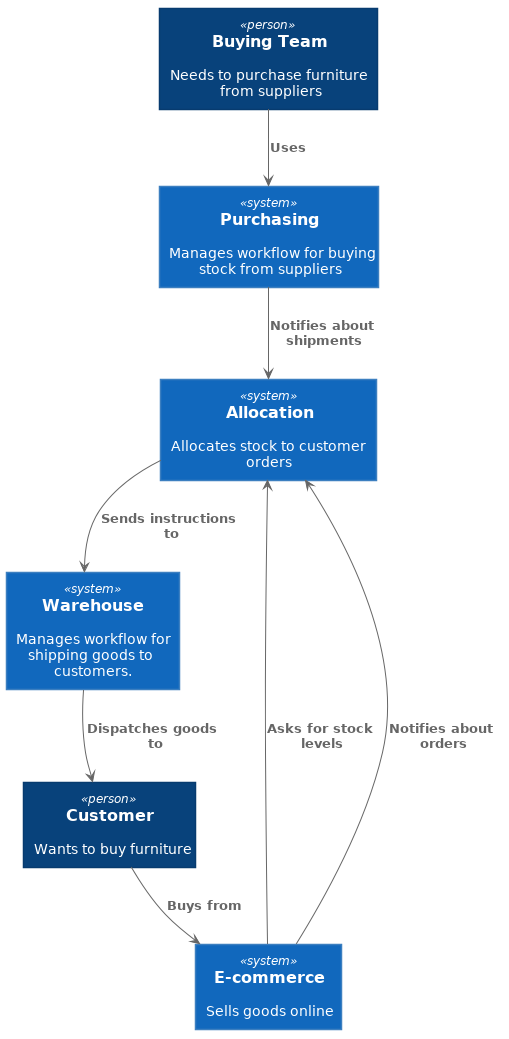
Above: images/allocation_context_diagram.png in cosmicpython/book (PlantUML), before the change. Its diagram source:
```plantuml
@startuml Allocation Context Diagram





skinparam defaultTextAlignment center

skinparam wrapWidth 200
skinparam maxMessageSize 150

skinparam rectangle {
    StereotypeFontSize 12
    shadowing false
}

skinparam database {
    StereotypeFontSize 12
    shadowing false
}

skinparam Arrow {
    Color #666666
    FontColor #666666
    FontSize 12
}

skinparam rectangle<<boundary>> {
    Shadowing false
    StereotypeFontSize 0
    FontColor #444444
    BorderColor #444444
    BorderStyle dashed
}






















skinparam defaultTextAlignment center

skinparam wrapWidth 200
skinparam maxMessageSize 150

skinparam rectangle {
    StereotypeFontSize 12
    shadowing false
}

skinparam database {
    StereotypeFontSize 12
    shadowing false
}

skinparam Arrow {
    Color #666666
    FontColor #666666
    FontSize 12
}

skinparam rectangle<<boundary>> {
    Shadowing false
    StereotypeFontSize 0
    FontColor #444444
    BorderColor #444444
    BorderStyle dashed
}






















skinparam rectangle<<person>> {
    StereotypeFontColor #FFFFFF
    FontColor #FFFFFF
    BackgroundColor #08427B
    BorderColor #073B6F
}

skinparam rectangle<<external_person>> {
    StereotypeFontColor #FFFFFF
    FontColor #FFFFFF
    BackgroundColor #686868
    BorderColor #8A8A8A
}

skinparam rectangle<<system>> {
    StereotypeFontColor #FFFFFF
    FontColor #FFFFFF
    BackgroundColor #1168BD
    BorderColor #3C7FC0
}

skinparam rectangle<<external_system>> {
    StereotypeFontColor #FFFFFF
    FontColor #FFFFFF
    BackgroundColor #999999
    BorderColor #8A8A8A
}

skinparam database<<system>> {
    StereotypeFontColor #FFFFFF
    FontColor #FFFFFF
    BackgroundColor #1168BD
    BorderColor #3C7FC0
}

skinparam database<<external_system>> {
    StereotypeFontColor #FFFFFF
    FontColor #FFFFFF
    BackgroundColor #999999
    BorderColor #8A8A8A
}












left to right direction
rectangle "==Buying Team\n\n Needs to purchase furniture from suppliers" <<person>> as buyer
rectangle "==Purchasing\n\n Manages workflow for buying stock from suppliers" <<system>> as procurement
rectangle "==Allocation\n\n Allocates stock to customer orders" <<system>> as systema

top to bottom direction
rectangle "==Warehouse\n\n Manages workflow for shipping goods to customers." <<system>> as warehouse
rectangle "==Customer\n\n Wants to buy furniture" <<person>> as customer
rectangle "==E-commerce\n\n Sells goods online" <<system>> as ecom

customer --> ecom : "===Buys from"
buyer --> procurement : "===Uses"
procurement --> systema : "===Notifies about shipments"
ecom --> systema : "===Asks for stock levels"
ecom --> systema : "===Notifies about orders"
systema --> warehouse : "===Sends instructions to"
warehouse --> customer : "===Dispatches goods to"

@enduml
```
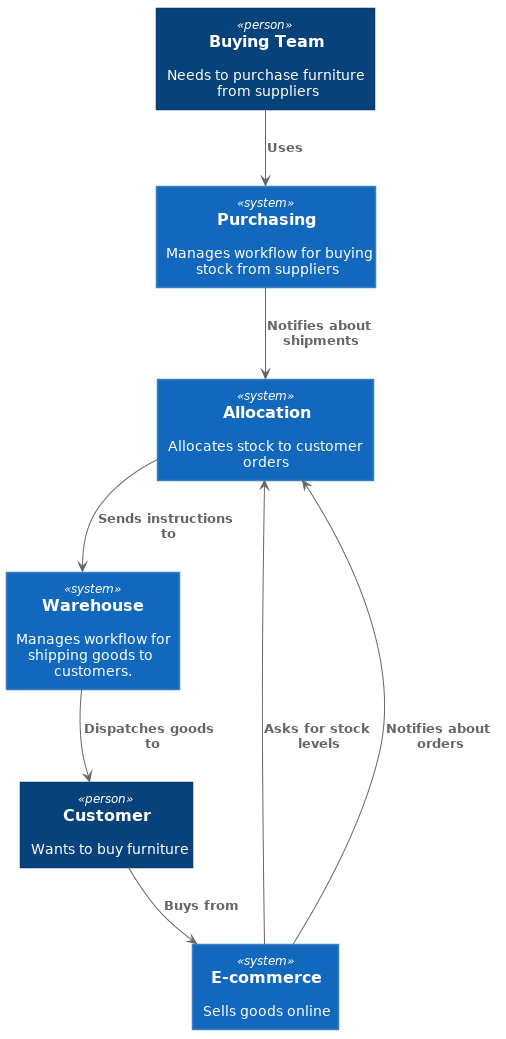
The same diagram one commit later.

Commit message:
bring in chapter 2 diagram

Diff of the diagram source:
```diff
@@ -157,15 +157,14 @@
 
 
 
-left to right direction
-rectangle "==Buying Team\n\n Needs to purchase furniture from suppliers" <<person>> as buyer
-rectangle "==Purchasing\n\n Manages workflow for buying stock from suppliers" <<system>> as procurement
 rectangle "==Allocation\n\n Allocates stock to customer orders" <<system>> as systema
 
-top to bottom direction
+rectangle "==Customer\n\n Wants to buy furniture" <<person>> as customer
+rectangle "==Buying Team\n\n Needs to purchase furniture from suppliers" <<person>> as buyer
+
+rectangle "==Purchasing\n\n Manages workflow for buying stock from suppliers" <<system>> as procurement
+rectangle "==E-commerce\n\n Sells goods online" <<system>> as ecom
 rectangle "==Warehouse\n\n Manages workflow for shipping goods to customers." <<system>> as warehouse
-rectangle "==Customer\n\n Wants to buy furniture" <<person>> as customer
-rectangle "==E-commerce\n\n Sells goods online" <<system>> as ecom
 
 customer --> ecom : "===Buys from"
 buyer --> procurement : "===Uses"
```
